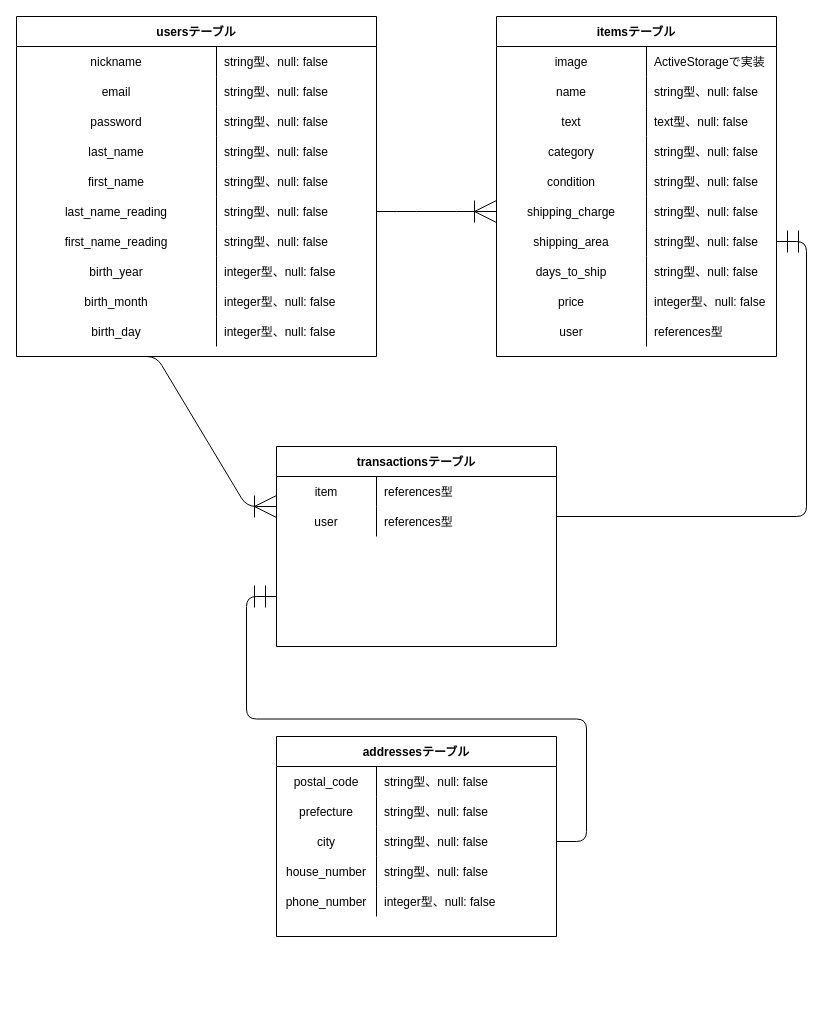
Before: er.dio in Trynet123/furima-33963, a draw.io diagram. Source tidied: cells renumbered, new cells numbered last; positions are measured from the earlier drawing's top-left corner, leaving out a move shared by most shapes. Both pictures are drawn from the tidied source at 100%, with x=0, y=0 at pixel (16, 16).
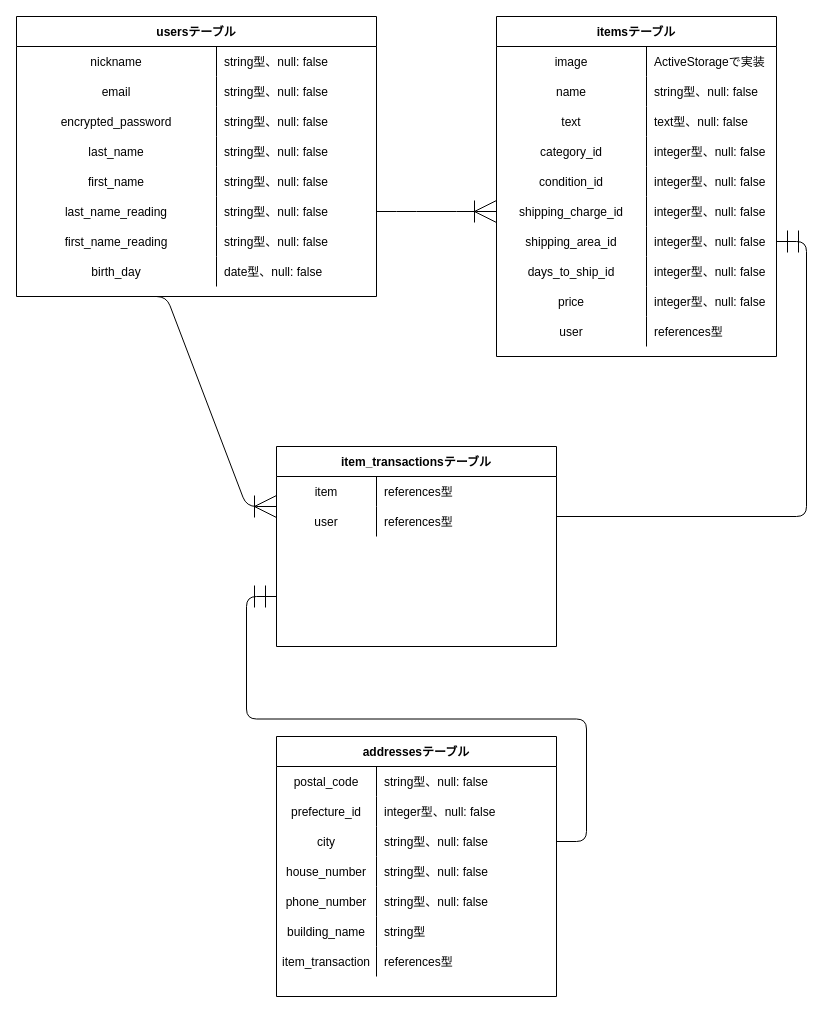
The same diagram, later.

Unchanged cells that the change refers to:
```xml
<mxCell id="9" style="shape=partialRectangle;fillColor=none;top=0;left=0;bottom=0;right=0;" parent="2" vertex="1">
  <mxGeometry y="90" width="360" height="30" as="geometry" />
</mxCell>
<mxCell id="24" style="shape=partialRectangle;fillColor=none;top=0;left=0;bottom=0;right=0;" parent="2" vertex="1">
  <mxGeometry y="240" width="360" height="30" as="geometry" />
</mxCell>
<mxCell id="43" style="shape=partialRectangle;fillColor=none;top=0;left=0;bottom=0;right=0;" parent="33" vertex="1">
  <mxGeometry y="120" width="280" height="30" as="geometry" />
</mxCell>
<mxCell id="46" style="shape=partialRectangle;fillColor=none;top=0;left=0;bottom=0;right=0;" parent="33" vertex="1">
  <mxGeometry y="150" width="280" height="30" as="geometry" />
</mxCell>
<mxCell id="49" style="shape=partialRectangle;fillColor=none;top=0;left=0;bottom=0;right=0;points=[[0,0.5],[1,0.5]];portConstraint=eastwest;" parent="33" vertex="1">
  <mxGeometry y="180" width="280" height="30" as="geometry" />
</mxCell>
<mxCell id="52" style="shape=partialRectangle;fillColor=none;top=0;left=0;bottom=0;right=0;points=[[0,0.5],[1,0.5]];portConstraint=eastwest;" parent="33" vertex="1">
  <mxGeometry y="210" width="280" height="30" as="geometry" />
</mxCell>
<mxCell id="55" style="shape=partialRectangle;fillColor=none;top=0;left=0;bottom=0;right=0;" parent="33" vertex="1">
  <mxGeometry y="240" width="280" height="30" as="geometry" />
</mxCell>
<mxCell id="75" style="shape=partialRectangle;fillColor=none;top=0;left=0;bottom=0;right=0;" parent="71" vertex="1">
  <mxGeometry y="60" width="280" height="30" as="geometry" />
</mxCell>
<mxCell id="84" style="shape=partialRectangle;fillColor=none;top=0;left=0;bottom=0;right=0;" parent="71" vertex="1">
  <mxGeometry y="150" width="280" height="30" as="geometry" />
</mxCell>
```

What changed in the source:
```diff
@@
     <mxCell id="2" value="usersテーブル" style="shape=table;startSize=30;childLayout=tableLayout;rowLines=0;fontStyle=1;align=center;" parent="1" vertex="1">
-      <mxGeometry width="360" height="340" as="geometry" />
+      <mxGeometry width="360" height="280" as="geometry" />
     </mxCell>
@@
-    <mxCell id="10" value="password" style="shape=partialRectangle;fillColor=none;top=0;left=0;bottom=0;right=0;overflow=hidden;" parent="9" vertex="1">
+    <mxCell id="10" value="encrypted_password" style="shape=partialRectangle;fillColor=none;top=0;left=0;bottom=0;right=0;overflow=hidden;" parent="9" vertex="1">
       <mxGeometry width="200" height="30" as="geometry" />
     </mxCell>
@@
-    <mxCell id="25" value="birth_year" style="shape=partialRectangle;fillColor=none;top=0;left=0;bottom=0;right=0;overflow=hidden;" parent="24" vertex="1">
+    <mxCell id="25" value="birth_day" style="shape=partialRectangle;fillColor=none;top=0;left=0;bottom=0;right=0;overflow=hidden;" parent="24" vertex="1">
       <mxGeometry width="200" height="30" as="geometry" />
     </mxCell>
-    <mxCell id="26" value="integer型、null: false" style="shape=partialRectangle;fillColor=none;top=0;left=0;bottom=0;right=0;align=left;spacingLeft=6;overflow=hidden;" parent="24" vertex="1">
+    <mxCell id="26" value="date型、null: false" style="shape=partialRectangle;fillColor=none;top=0;left=0;bottom=0;right=0;align=left;spacingLeft=6;overflow=hidden;" parent="24" vertex="1">
       <mxGeometry x="200" width="160" height="30" as="geometry" />
     </mxCell>
-    <mxCell id="27" style="shape=partialRectangle;fillColor=none;top=0;left=0;bottom=0;right=0;" parent="2" vertex="1">
-      <mxGeometry y="270" width="360" height="30" as="geometry" />
-    </mxCell>
-    <mxCell id="28" value="birth_month" style="shape=partialRectangle;fillColor=none;top=0;left=0;bottom=0;right=0;overflow=hidden;" parent="27" vertex="1">
-      <mxGeometry width="200" height="30" as="geometry" />
-    </mxCell>
-    <mxCell id="29" value="integer型、null: false" style="shape=partialRectangle;fillColor=none;top=0;left=0;bottom=0;right=0;align=left;spacingLeft=6;overflow=hidden;" parent="27" vertex="1">
-      <mxGeometry x="200" width="160" height="30" as="geometry" />
-    </mxCell>
-    <mxCell id="30" style="shape=partialRectangle;fillColor=none;top=0;left=0;bottom=0;right=0;" parent="2" vertex="1">
-      <mxGeometry y="300" width="360" height="30" as="geometry" />
-    </mxCell>
-    <mxCell id="31" value="birth_day" style="shape=partialRectangle;fillColor=none;top=0;left=0;bottom=0;right=0;overflow=hidden;" parent="30" vertex="1">
-      <mxGeometry width="200" height="30" as="geometry" />
-    </mxCell>
-    <mxCell id="32" value="integer型、null: false" style="shape=partialRectangle;fillColor=none;top=0;left=0;bottom=0;right=0;align=left;spacingLeft=6;overflow=hidden;" parent="30" vertex="1">
-      <mxGeometry x="200" width="160" height="30" as="geometry" />
-    </mxCell>
@@
-    <mxCell id="44" value="category" style="shape=partialRectangle;fillColor=none;top=0;left=0;bottom=0;right=0;overflow=hidden;" parent="43" vertex="1">
+    <mxCell id="44" value="category_id" style="shape=partialRectangle;fillColor=none;top=0;left=0;bottom=0;right=0;overflow=hidden;" parent="43" vertex="1">
       <mxGeometry width="150" height="30" as="geometry" />
     </mxCell>
-    <mxCell id="45" value="string型、null: false" style="shape=partialRectangle;fillColor=none;top=0;left=0;bottom=0;right=0;align=left;spacingLeft=6;overflow=hidden;" parent="43" vertex="1">
+    <mxCell id="45" value="integer型、null: false" style="shape=partialRectangle;fillColor=none;top=0;left=0;bottom=0;right=0;align=left;spacingLeft=6;overflow=hidden;" parent="43" vertex="1">
       <mxGeometry x="150" width="130" height="30" as="geometry" />
     </mxCell>
@@
-    <mxCell id="47" value="condition" style="shape=partialRectangle;fillColor=none;top=0;left=0;bottom=0;right=0;overflow=hidden;" parent="46" vertex="1">
+    <mxCell id="47" value="condition_id" style="shape=partialRectangle;fillColor=none;top=0;left=0;bottom=0;right=0;overflow=hidden;" parent="46" vertex="1">
       <mxGeometry width="150" height="30" as="geometry" />
     </mxCell>
-    <mxCell id="48" value="string型、null: false" style="shape=partialRectangle;fillColor=none;top=0;left=0;bottom=0;right=0;align=left;spacingLeft=6;overflow=hidden;" parent="46" vertex="1">
+    <mxCell id="48" value="integer型、null: false" style="shape=partialRectangle;fillColor=none;top=0;left=0;bottom=0;right=0;align=left;spacingLeft=6;overflow=hidden;" parent="46" vertex="1">
       <mxGeometry x="150" width="130" height="30" as="geometry" />
     </mxCell>
@@
-    <mxCell id="50" value="shipping_charge" style="shape=partialRectangle;fillColor=none;top=0;left=0;bottom=0;right=0;overflow=hidden;" parent="49" vertex="1">
+    <mxCell id="50" value="shipping_charge_id" style="shape=partialRectangle;fillColor=none;top=0;left=0;bottom=0;right=0;overflow=hidden;" parent="49" vertex="1">
       <mxGeometry width="150" height="30" as="geometry" />
     </mxCell>
-    <mxCell id="51" value="string型、null: false" style="shape=partialRectangle;fillColor=none;top=0;left=0;bottom=0;right=0;align=left;spacingLeft=6;overflow=hidden;" parent="49" vertex="1">
+    <mxCell id="51" value="integer型、null: false" style="shape=partialRectangle;fillColor=none;top=0;left=0;bottom=0;right=0;align=left;spacingLeft=6;overflow=hidden;" parent="49" vertex="1">
       <mxGeometry x="150" width="130" height="30" as="geometry" />
     </mxCell>
@@
-    <mxCell id="53" value="shipping_area" style="shape=partialRectangle;fillColor=none;top=0;left=0;bottom=0;right=0;overflow=hidden;" parent="52" vertex="1">
+    <mxCell id="53" value="shipping_area_id" style="shape=partialRectangle;fillColor=none;top=0;left=0;bottom=0;right=0;overflow=hidden;" parent="52" vertex="1">
       <mxGeometry width="150" height="30" as="geometry" />
     </mxCell>
-    <mxCell id="54" value="string型、null: false" style="shape=partialRectangle;fillColor=none;top=0;left=0;bottom=0;right=0;align=left;spacingLeft=6;overflow=hidden;" parent="52" vertex="1">
+    <mxCell id="54" value="integer型、null: false" style="shape=partialRectangle;fillColor=none;top=0;left=0;bottom=0;right=0;align=left;spacingLeft=6;overflow=hidden;" parent="52" vertex="1">
       <mxGeometry x="150" width="130" height="30" as="geometry" />
     </mxCell>
@@
-    <mxCell id="56" value="days_to_ship" style="shape=partialRectangle;fillColor=none;top=0;left=0;bottom=0;right=0;overflow=hidden;" parent="55" vertex="1">
+    <mxCell id="56" value="days_to_ship_id" style="shape=partialRectangle;fillColor=none;top=0;left=0;bottom=0;right=0;overflow=hidden;" parent="55" vertex="1">
       <mxGeometry width="150" height="30" as="geometry" />
     </mxCell>
-    <mxCell id="57" value="string型、null: false" style="shape=partialRectangle;fillColor=none;top=0;left=0;bottom=0;right=0;align=left;spacingLeft=6;overflow=hidden;" parent="55" vertex="1">
+    <mxCell id="57" value="integer型、null: false" style="shape=partialRectangle;fillColor=none;top=0;left=0;bottom=0;right=0;align=left;spacingLeft=6;overflow=hidden;" parent="55" vertex="1">
       <mxGeometry x="150" width="130" height="30" as="geometry" />
     </mxCell>
@@
-    <mxCell id="64" value="transactionsテーブル" style="shape=table;startSize=30;childLayout=tableLayout;rowLines=0;fontStyle=1;align=center;" parent="1" vertex="1">
+    <mxCell id="64" value="item_transactionsテーブル" style="shape=table;startSize=30;childLayout=tableLayout;rowLines=0;fontStyle=1;align=center;" parent="1" vertex="1">
       <mxGeometry x="260" y="430" width="280" height="200" as="geometry" />
     </mxCell>
@@
     <mxCell id="71" value="addressesテーブル" style="shape=table;startSize=30;childLayout=tableLayout;rowLines=0;fontStyle=1;align=center;" parent="1" vertex="1">
-      <mxGeometry x="260" y="720" width="280" height="200" as="geometry" />
+      <mxGeometry x="260" y="720" width="280" height="260" as="geometry" />
     </mxCell>
@@
-    <mxCell id="76" value="prefecture" style="shape=partialRectangle;fillColor=none;top=0;left=0;bottom=0;right=0;overflow=hidden;" parent="75" vertex="1">
+    <mxCell id="76" value="prefecture_id" style="shape=partialRectangle;fillColor=none;top=0;left=0;bottom=0;right=0;overflow=hidden;" parent="75" vertex="1">
       <mxGeometry width="100" height="30" as="geometry" />
     </mxCell>
-    <mxCell id="77" value="string型、null: false" style="shape=partialRectangle;fillColor=none;top=0;left=0;bottom=0;right=0;align=left;spacingLeft=6;overflow=hidden;" parent="75" vertex="1">
+    <mxCell id="77" value="integer型、null: false" style="shape=partialRectangle;fillColor=none;top=0;left=0;bottom=0;right=0;align=left;spacingLeft=6;overflow=hidden;" parent="75" vertex="1">
       <mxGeometry x="100" width="180" height="30" as="geometry" />
     </mxCell>
@@
-    <mxCell id="86" value="integer型、null: false" style="shape=partialRectangle;fillColor=none;top=0;left=0;bottom=0;right=0;align=left;spacingLeft=6;overflow=hidden;" parent="84" vertex="1">
+    <mxCell id="86" value="string型、null: false" style="shape=partialRectangle;fillColor=none;top=0;left=0;bottom=0;right=0;align=left;spacingLeft=6;overflow=hidden;" parent="84" vertex="1">
       <mxGeometry x="100" width="180" height="30" as="geometry" />
     </mxCell>
+    <mxCell id="91" style="shape=partialRectangle;fillColor=none;top=0;left=0;bottom=0;right=0;" parent="71" vertex="1">
+      <mxGeometry y="180" width="280" height="30" as="geometry" />
+    </mxCell>
+    <mxCell id="92" value="building_name" style="shape=partialRectangle;fillColor=none;top=0;left=0;bottom=0;right=0;overflow=hidden;" parent="91" vertex="1">
+      <mxGeometry width="100" height="30" as="geometry" />
+    </mxCell>
+    <mxCell id="93" value="string型" style="shape=partialRectangle;fillColor=none;top=0;left=0;bottom=0;right=0;align=left;spacingLeft=6;overflow=hidden;" parent="91" vertex="1">
+      <mxGeometry x="100" width="180" height="30" as="geometry" />
+    </mxCell>
+    <mxCell id="94" style="shape=partialRectangle;fillColor=none;top=0;left=0;bottom=0;right=0;" parent="71" vertex="1">
+      <mxGeometry y="210" width="280" height="30" as="geometry" />
+    </mxCell>
+    <mxCell id="95" value="item_transaction" style="shape=partialRectangle;fillColor=none;top=0;left=0;bottom=0;right=0;overflow=hidden;" parent="94" vertex="1">
+      <mxGeometry width="100" height="30" as="geometry" />
+    </mxCell>
+    <mxCell id="96" value="references型" style="shape=partialRectangle;fillColor=none;top=0;left=0;bottom=0;right=0;align=left;spacingLeft=6;overflow=hidden;" parent="94" vertex="1">
+      <mxGeometry x="100" width="180" height="30" as="geometry" />
+    </mxCell>
@@
     <mxCell id="88" style="edgeStyle=entityRelationEdgeStyle;fontSize=12;html=1;endArrow=ERoneToMany;strokeWidth=1;endSize=20;" parent="1" edge="1">
       <mxGeometry relative="1" as="geometry">
-        <mxPoint x="110" y="340" as="sourcePoint" />
+        <mxPoint x="120" y="280" as="sourcePoint" />
         <mxPoint x="260" y="490" as="targetPoint" />
       </mxGeometry>
     </mxCell>
```
